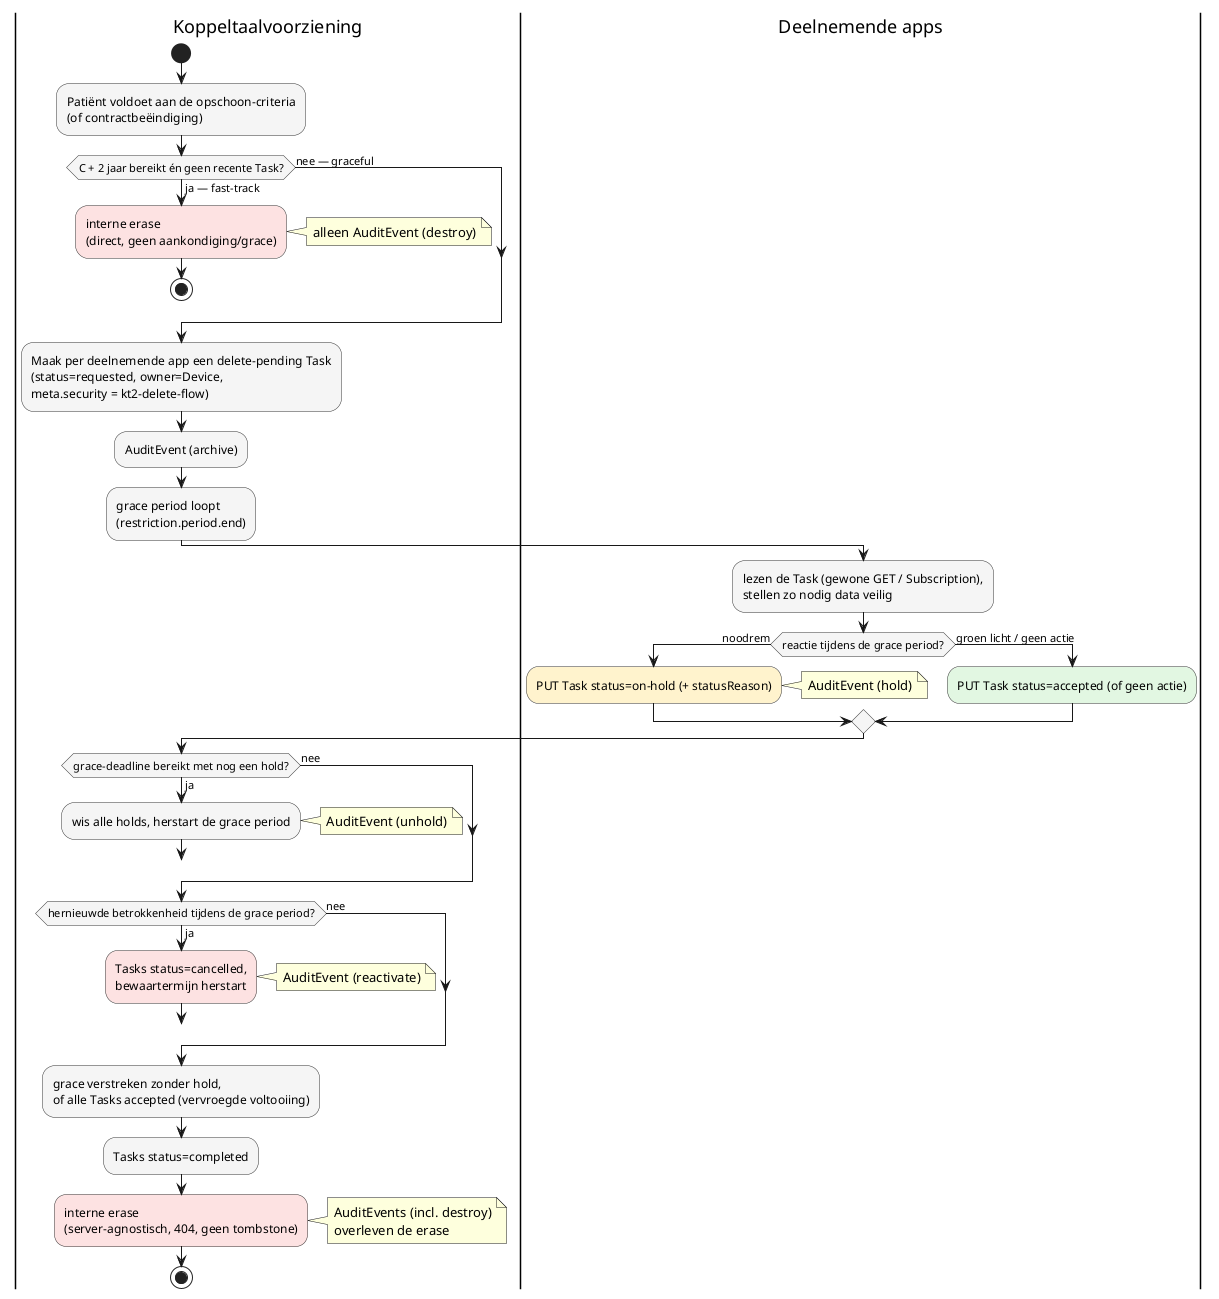
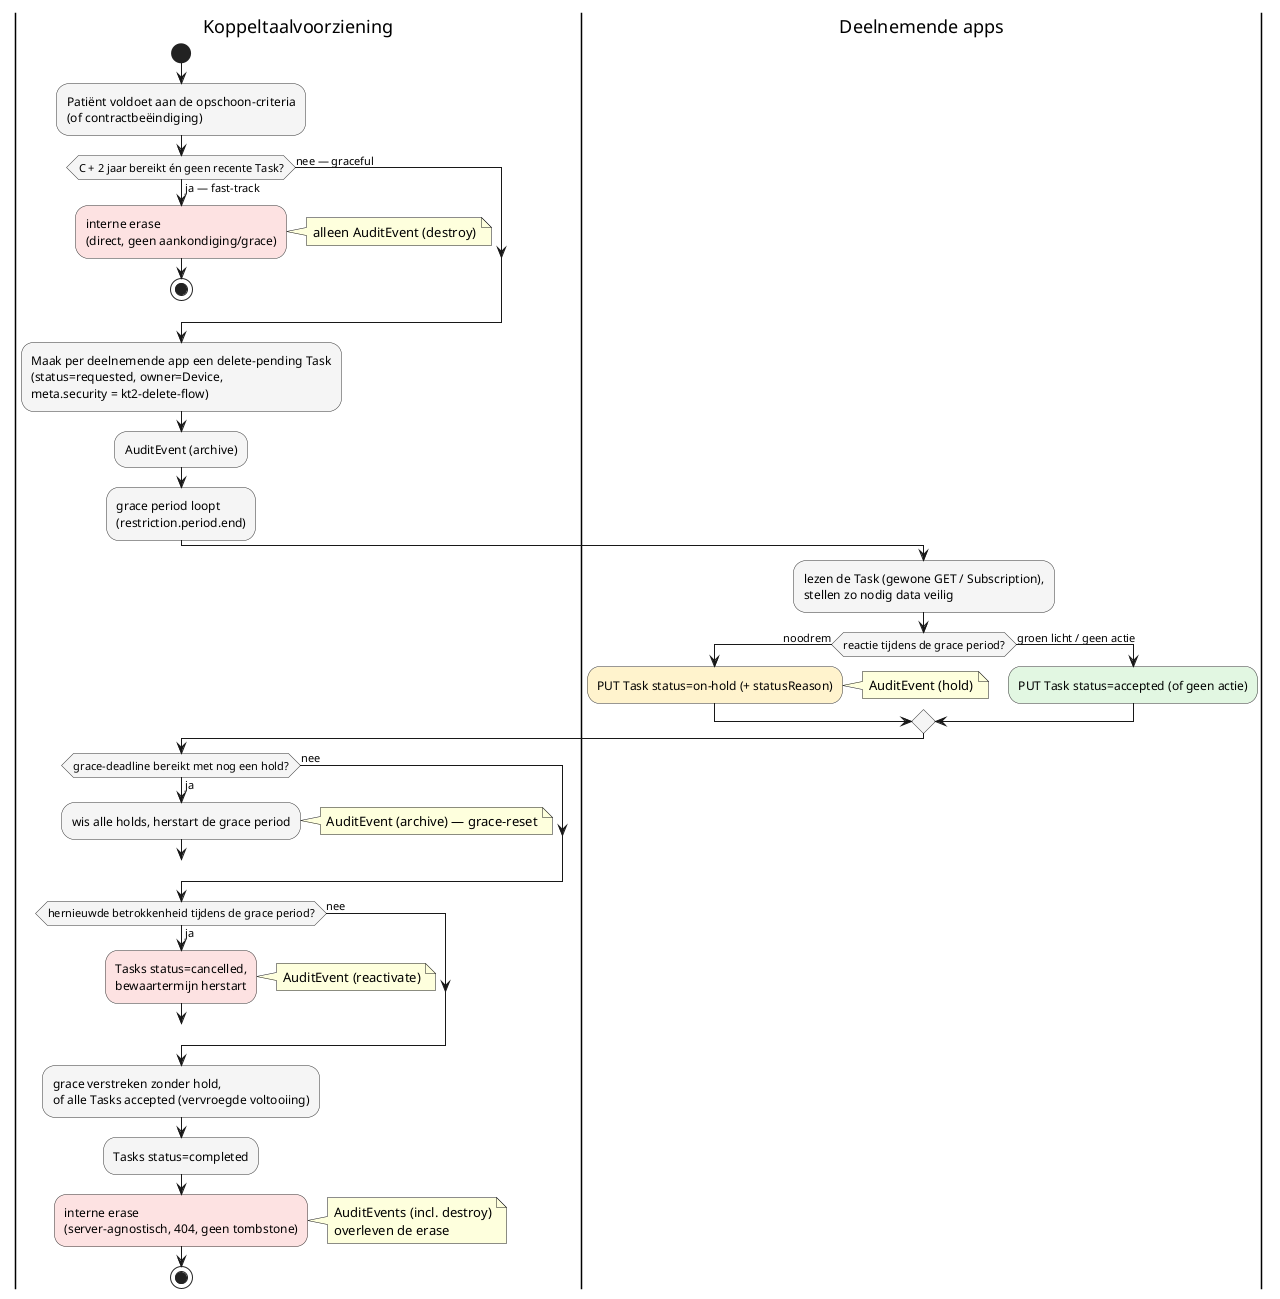
@startuml opschoning-patient-data-overzicht

skinparam activity {
  BackgroundColor #f5f5f5
  BorderColor #333333
}

|Koppeltaalvoorziening|
start
label start_proces
:Patiënt voldoet aan de opschoon-criteria\n(of contractbeëindiging);
if (C + 2 jaar bereikt én geen recente Task?) then (ja — fast-track)
  #fde2e2:interne erase\n(direct, geen aankondiging/grace);
  note right: alleen AuditEvent (destroy)
  stop
else (nee — graceful)
endif
:Maak per deelnemende app een delete-pending Task\n(status=requested, owner=Device,\nmeta.security = kt2-delete-flow);
:AuditEvent (archive);
label start_grace
:grace period loopt\n(restriction.period.end);

|Deelnemende apps|
:lezen de Task (gewone GET / Subscription),\nstellen zo nodig data veilig;
if (reactie tijdens de grace period?) then (noodrem)
  #fff3cd:PUT Task status=on-hold (+ statusReason);
  note right: AuditEvent (hold)
else (groen licht / geen actie)
  #e2f7e2:PUT Task status=accepted (of geen actie);
endif

|Koppeltaalvoorziening|
if (grace-deadline bereikt met nog een hold?) then (ja)
  :wis alle holds, herstart de grace period;
-   note right: AuditEvent (unhold)
+   note right: AuditEvent (archive) — grace-reset
  goto start_grace
else (nee)
endif

if (hernieuwde betrokkenheid tijdens de grace period?) then (ja)
  #fde2e2:Tasks status=cancelled,\nbewaartermijn herstart;
  note right: AuditEvent (reactivate)
  goto start_proces
else (nee)
endif

:grace verstreken zonder hold,\nof alle Tasks accepted (vervroegde voltooiing);
:Tasks status=completed;
#fde2e2:interne erase\n(server-agnostisch, 404, geen tombstone);
note right
  AuditEvents (incl. destroy)
  overleven de erase
end note
stop

@enduml
